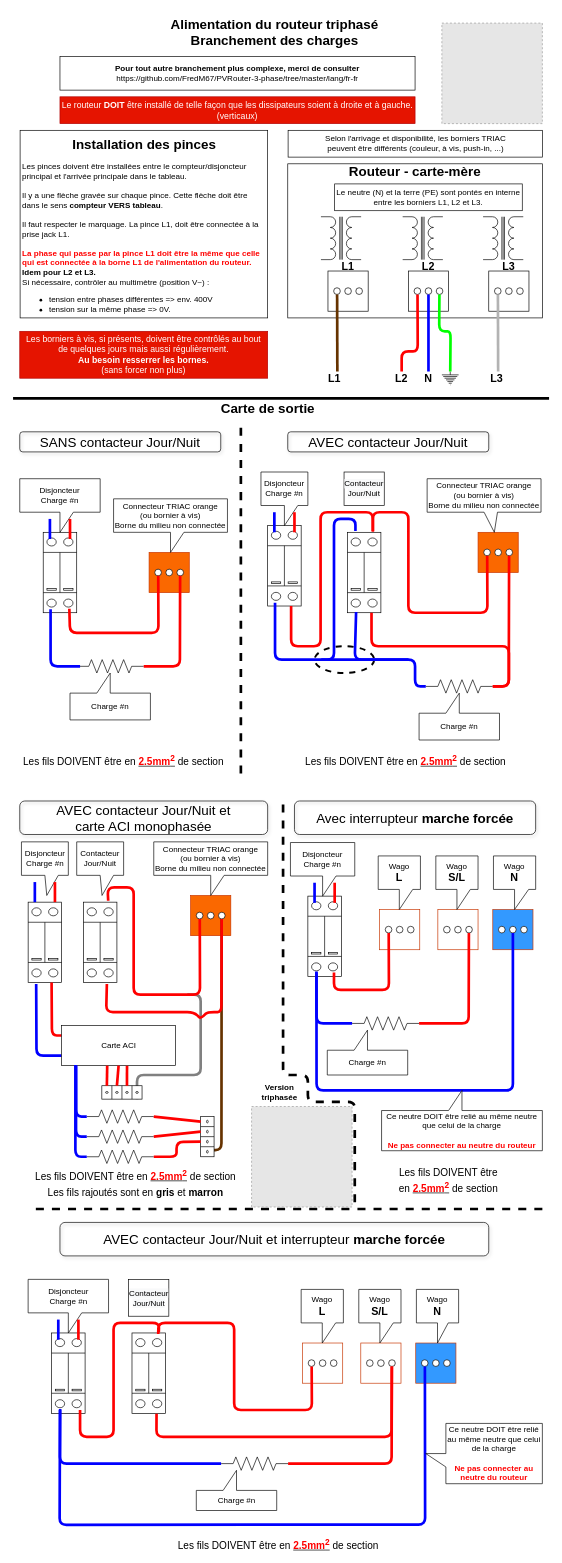
The draw.io diagram docs/HowToInstall.drawio in FredM67/PVRouter-3-phase, before the edit. Source tidied: cells renumbered, new cells numbered last; positions are measured from the earlier drawing's top-left corner, leaving out a move shared by most shapes. Both pictures are drawn from the tidied source at 67%, with x=0, y=0 at pixel (13, 11). Pictures stored in the file or linked from it are replaced by grey dashed boxes.
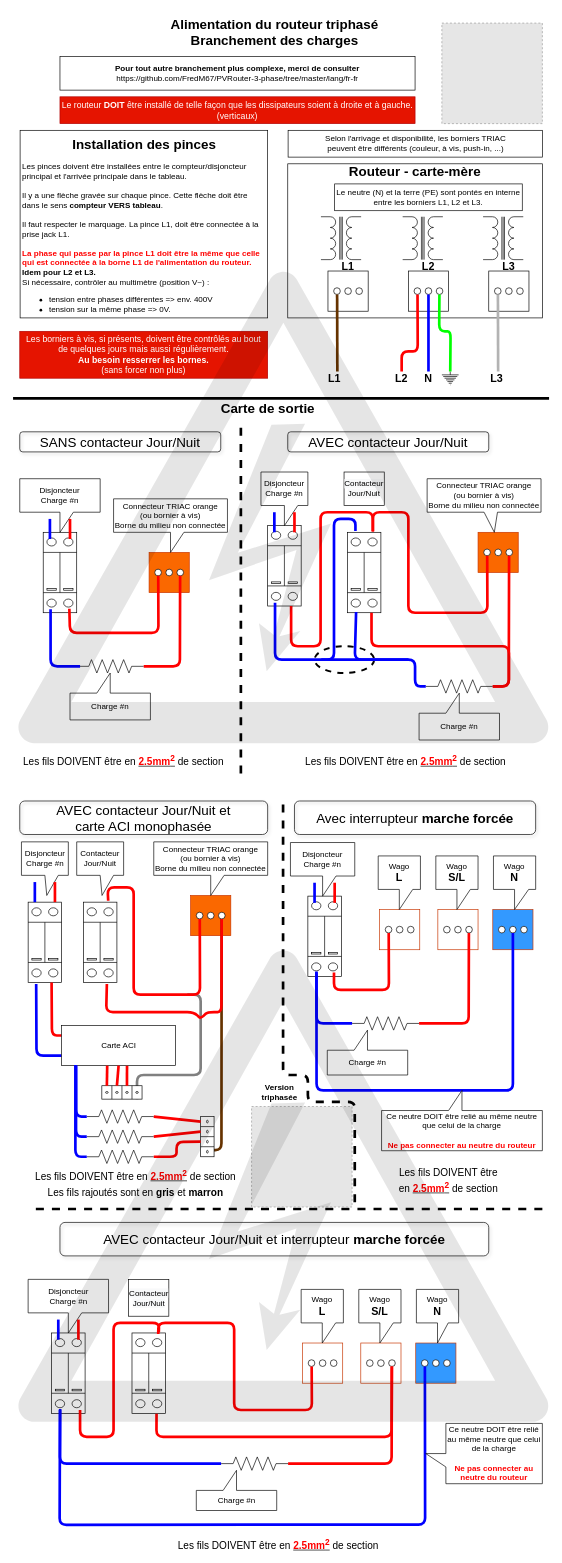
The same page after the edit.

Commit message (it also covers changes not shown here):
Add high voltage watermark

The edit, as a diff of the source:
```diff
@@
+    <mxCell id="157" style="shape=mxgraph.signs.safety.high_voltage_3;html=1;fillColor=#000000;strokeColor=none;verticalLabelPosition=bottom;verticalAlign=top;align=center;opacity=10;" parent="1" vertex="1">
+      <mxGeometry x="7" y="387" width="792.8" height="704.7" as="geometry" />
+    </mxCell>
+    <mxCell id="158" style="shape=mxgraph.signs.safety.high_voltage_3;html=1;fillColor=#000000;strokeColor=none;verticalLabelPosition=bottom;verticalAlign=top;align=center;opacity=10;" parent="1" vertex="1">
+      <mxGeometry x="7" y="1400" width="792.8" height="704.7" as="geometry" />
+    </mxCell>
```
